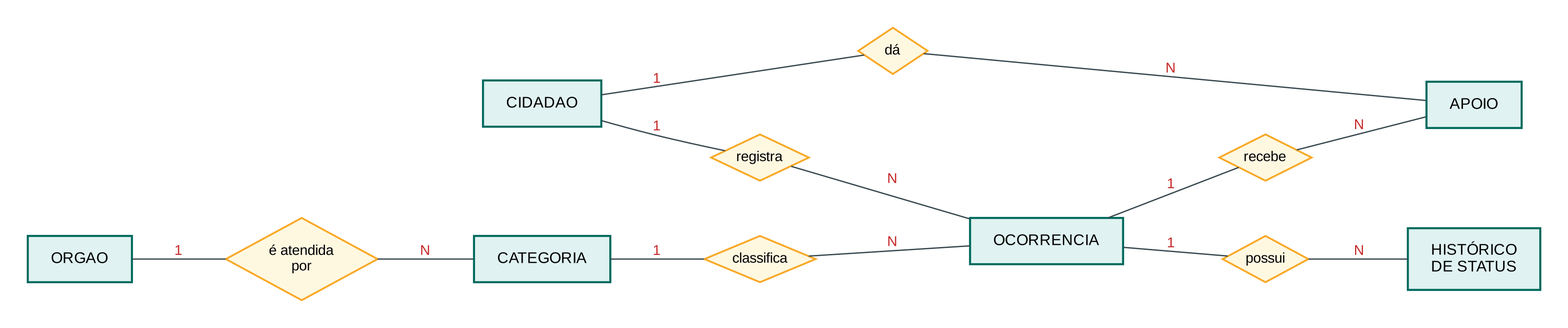
The Graphviz diagram docs/mer.png in renancardoso06/ruatenta, before a commit. Its source is kept beside it as docs/mer.dot.
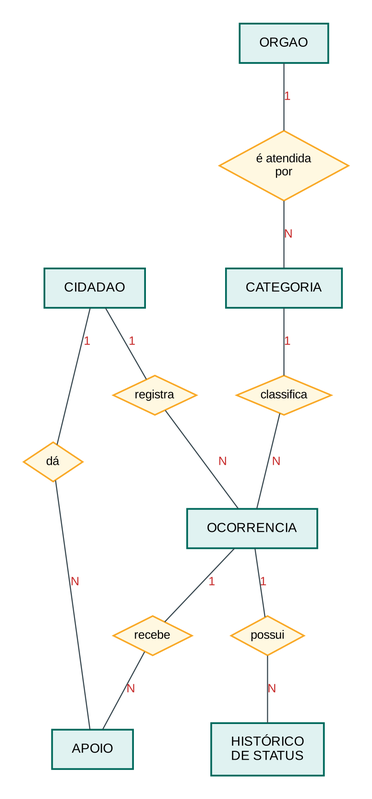
Later version of the same file.

What changed in the source:
```diff
@@ -1,5 +1,5 @@
 graph MER {
-  graph [rankdir=LR, fontname="Arial", nodesep=0.6, ranksep=0.9, pad=0.3, bgcolor="white"];
+  graph [rankdir=TB, fontname="Arial", nodesep=0.5, ranksep=0.7, pad=0.3, bgcolor="white"];
   node  [fontname="Arial", fontsize=12];
   edge  [fontname="Arial", fontsize=11, color="#37474F"];
 
```
